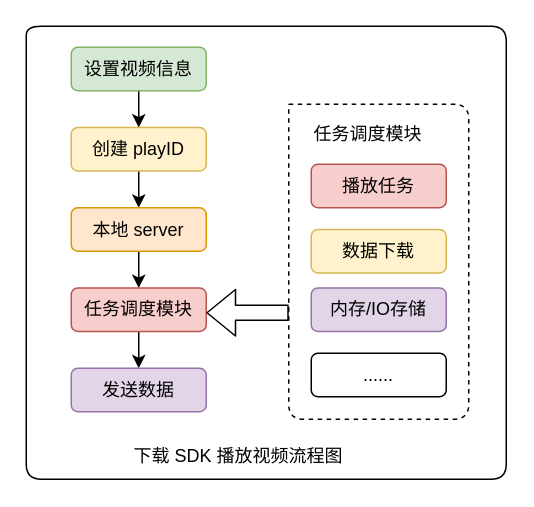
Above: page "下载SDK" (6 of 10) of Untitled Diagram.drawio in Anyewuya/Sev (draw.io), before the change. Source tidied: cells renumbered, new cells numbered last; positions are measured from the earlier drawing's top-left corner, leaving out a move shared by most shapes. Both pictures are drawn from the tidied source at 150%, with x=0, y=0 at pixel (26, 26).
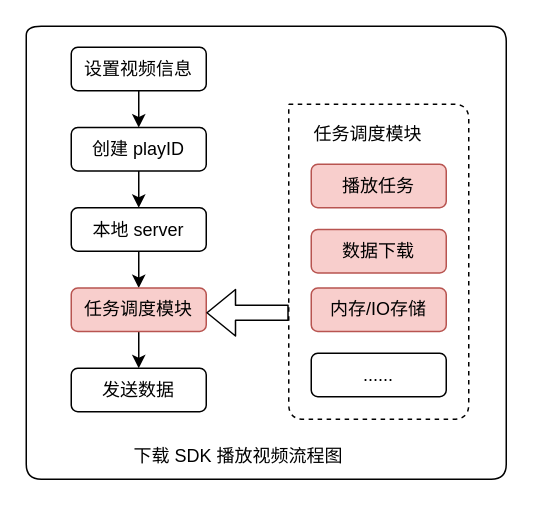
Above is the later version.

Change to the diagram source:
```diff
@@
-    <mxCell id="3" value="设置视频信息" style="rounded=1;whiteSpace=wrap;html=1;fillColor=#d5e8d4;strokeColor=#82b366;" parent="1" vertex="1">
+    <mxCell id="3" value="设置视频信息" style="rounded=1;whiteSpace=wrap;html=1;" parent="1" vertex="1">
       <mxGeometry x="30" y="14" width="90" height="29" as="geometry" />
     </mxCell>
@@
-    <mxCell id="5" value="创建 playID" style="rounded=1;whiteSpace=wrap;html=1;fillColor=#fff2cc;strokeColor=#d6b656;" parent="1" vertex="1">
+    <mxCell id="5" value="创建 playID" style="rounded=1;whiteSpace=wrap;html=1;" parent="1" vertex="1">
       <mxGeometry x="30" y="67.5" width="90" height="29" as="geometry" />
     </mxCell>
@@
-    <mxCell id="7" value="本地 server" style="rounded=1;whiteSpace=wrap;html=1;fillColor=#ffe6cc;strokeColor=#d79b00;" parent="1" vertex="1">
+    <mxCell id="7" value="本地 server" style="rounded=1;whiteSpace=wrap;html=1;" parent="1" vertex="1">
       <mxGeometry x="30" y="121" width="90" height="29" as="geometry" />
     </mxCell>
@@
-    <mxCell id="10" value="发送数据" style="rounded=1;whiteSpace=wrap;html=1;fillColor=#e1d5e7;strokeColor=#9673a6;" parent="1" vertex="1">
+    <mxCell id="10" value="发送数据" style="rounded=1;whiteSpace=wrap;html=1;" parent="1" vertex="1">
       <mxGeometry x="30" y="228" width="90" height="29" as="geometry" />
     </mxCell>
-    <mxCell id="11" value="数据下载" style="rounded=1;whiteSpace=wrap;html=1;fillColor=#fff2cc;strokeColor=#d6b656;" parent="1" vertex="1">
+    <mxCell id="11" value="数据下载" style="rounded=1;whiteSpace=wrap;html=1;fillColor=#f8cecc;strokeColor=#b85450;" parent="1" vertex="1">
       <mxGeometry x="190" y="135.5" width="90" height="29" as="geometry" />
     </mxCell>
-    <mxCell id="12" value="内存/IO存储" style="rounded=1;whiteSpace=wrap;html=1;fillColor=#e1d5e7;strokeColor=#9673a6;" parent="1" vertex="1">
+    <mxCell id="12" value="内存/IO存储" style="rounded=1;whiteSpace=wrap;html=1;fillColor=#f8cecc;strokeColor=#b85450;" parent="1" vertex="1">
       <mxGeometry x="190" y="174.5" width="90" height="29" as="geometry" />
     </mxCell>
```
